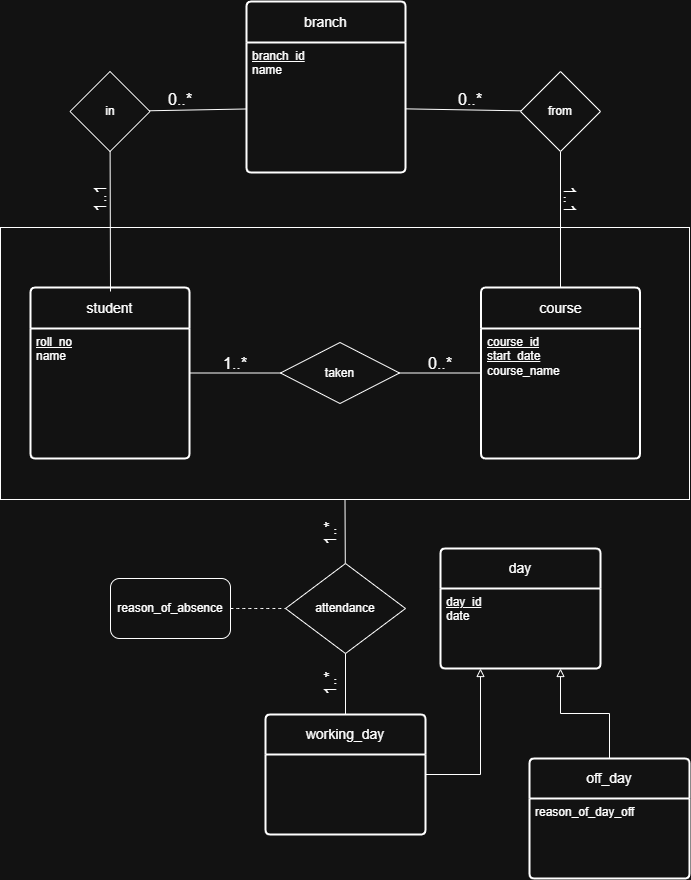
vanshpal122/Student-Attendance-Management-System keeps this draw.io diagram as ERDiagram.png. Above is the earlier version. Source tidied: cells renumbered, new cells last; positions are measured from the earlier drawing's top-left corner, leaving out a move shared by most shapes.
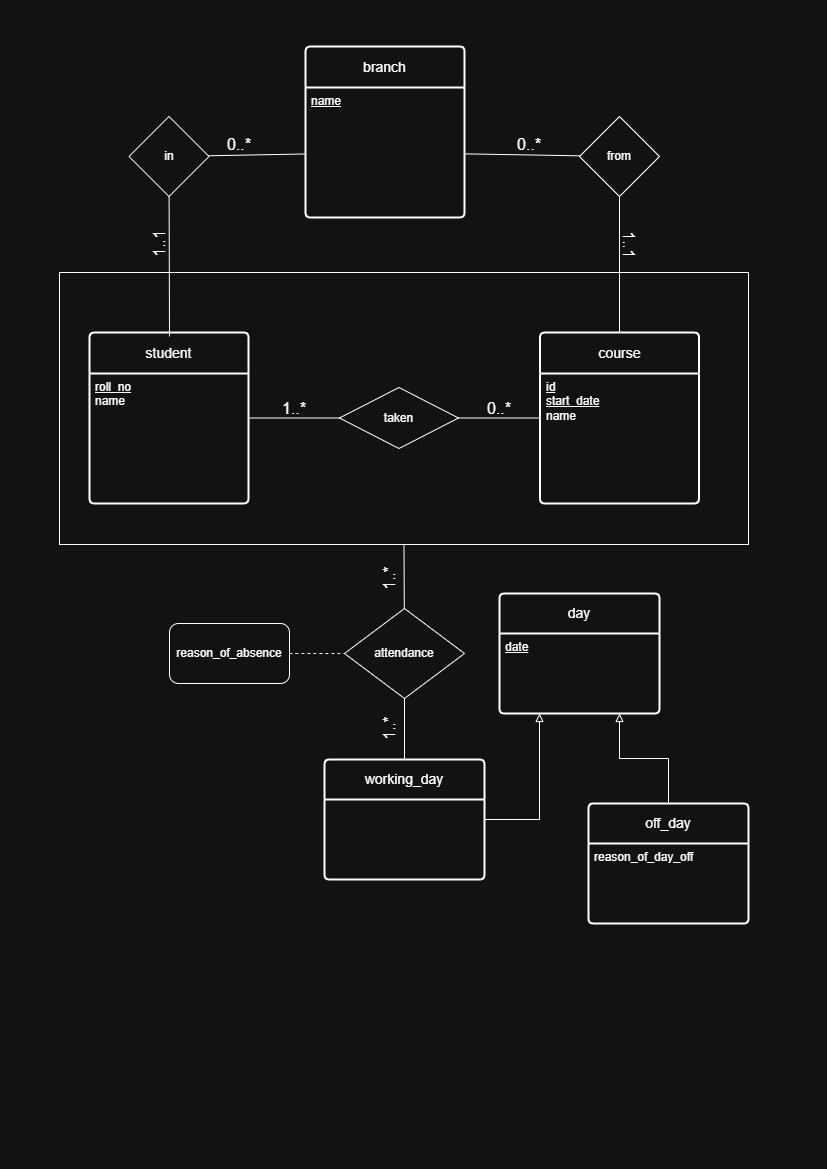
After the change.

Diff of the diagram source:
```diff
@@ -20,7 +20,7 @@
     <mxCell id="7" value="course" style="swimlane;horizontal=1;startSize=41;rounded=1;fontSize=14;fontStyle=0;strokeWidth=2;shadow=0;dashed=0;align=center;arcSize=4;whiteSpace=wrap;html=1;" parent="1" vertex="1">
       <mxGeometry x="480.5" y="286" width="159" height="171" as="geometry" />
     </mxCell>
-    <mxCell id="8" value="&lt;u&gt;course_id&lt;/u&gt;&lt;div&gt;&lt;u&gt;start_date&lt;br&gt;&lt;/u&gt;&lt;div&gt;course_name&lt;/div&gt;&lt;/div&gt;" style="align=left;strokeColor=none;fillColor=none;spacingLeft=4;spacingRight=4;fontSize=12;verticalAlign=top;html=1;whiteSpace=wrap;" parent="7" vertex="1">
+    <mxCell id="8" value="&lt;u&gt;id&lt;/u&gt;&lt;div&gt;&lt;u&gt;start_date&lt;br&gt;&lt;/u&gt;&lt;div&gt;name&lt;/div&gt;&lt;/div&gt;" style="align=left;strokeColor=none;fillColor=none;spacingLeft=4;spacingRight=4;fontSize=12;verticalAlign=top;html=1;whiteSpace=wrap;" parent="7" vertex="1">
       <mxGeometry y="41" width="159" height="130" as="geometry" />
     </mxCell>
     <mxCell id="9" style="line;strokeWidth=1;dashed=0;labelPosition=right;align=left;verticalAlign=middle;spacingTop=0;spacingLeft=6;" parent="1" vertex="1">
@@ -35,7 +35,7 @@
     <mxCell id="12" value="day" style="swimlane;horizontal=1;startSize=40;rounded=1;fontSize=14;fontStyle=0;strokeWidth=2;shadow=0;dashed=0;align=center;arcSize=4;whiteSpace=wrap;html=1;" parent="1" vertex="1">
       <mxGeometry x="440" y="547" width="160" height="120" as="geometry" />
     </mxCell>
-    <mxCell id="13" value="&lt;u&gt;day_id&lt;/u&gt;&lt;br&gt;date" style="align=left;strokeColor=none;fillColor=none;spacingLeft=4;spacingRight=4;fontSize=12;verticalAlign=top;html=1;whiteSpace=wrap;" parent="12" vertex="1">
+    <mxCell id="13" value="&lt;u&gt;date&lt;/u&gt;" style="align=left;strokeColor=none;fillColor=none;spacingLeft=4;spacingRight=4;fontSize=12;verticalAlign=top;html=1;whiteSpace=wrap;" parent="12" vertex="1">
       <mxGeometry y="40" width="160" height="80" as="geometry" />
     </mxCell>
     <mxCell id="14" style="edgeStyle=orthogonalEdgeStyle;rounded=0;jettySize=auto;html=1;exitX=1;exitY=0.5;exitDx=0;exitDy=0;entryX=0.25;entryY=1;entryDx=0;entryDy=0;endArrow=block;endFill=0;" parent="1" edge="1" source="15" target="13">
@@ -79,7 +79,7 @@
     <mxCell id="26" value="branch" style="swimlane;horizontal=1;startSize=41;rounded=1;fontSize=14;fontStyle=0;strokeWidth=2;shadow=0;dashed=0;align=center;arcSize=4;whiteSpace=wrap;html=1;" parent="1" vertex="1">
       <mxGeometry x="246" width="159" height="171" as="geometry" />
     </mxCell>
-    <mxCell id="27" value="&lt;u&gt;branch_id&lt;/u&gt;&lt;br&gt;&lt;div&gt;name&lt;/div&gt;" style="align=left;strokeColor=none;fillColor=none;spacingLeft=4;spacingRight=4;fontSize=12;verticalAlign=top;html=1;whiteSpace=wrap;" parent="26" vertex="1">
+    <mxCell id="27" value="&lt;u style=&quot;background-color: transparent; color: light-dark(rgb(0, 0, 0), rgb(255, 255, 255));&quot;&gt;name&lt;/u&gt;" style="align=left;strokeColor=none;fillColor=none;spacingLeft=4;spacingRight=4;fontSize=12;verticalAlign=top;html=1;whiteSpace=wrap;" parent="26" vertex="1">
       <mxGeometry y="41" width="159" height="130" as="geometry" />
     </mxCell>
     <mxCell id="28" style="edgeStyle=none;curved=1;rounded=0;jettySize=auto;html=1;fontSize=12;startSize=8;endSize=8;endArrow=none;endFill=0;" parent="1" edge="1" source="29" target="27">
```
